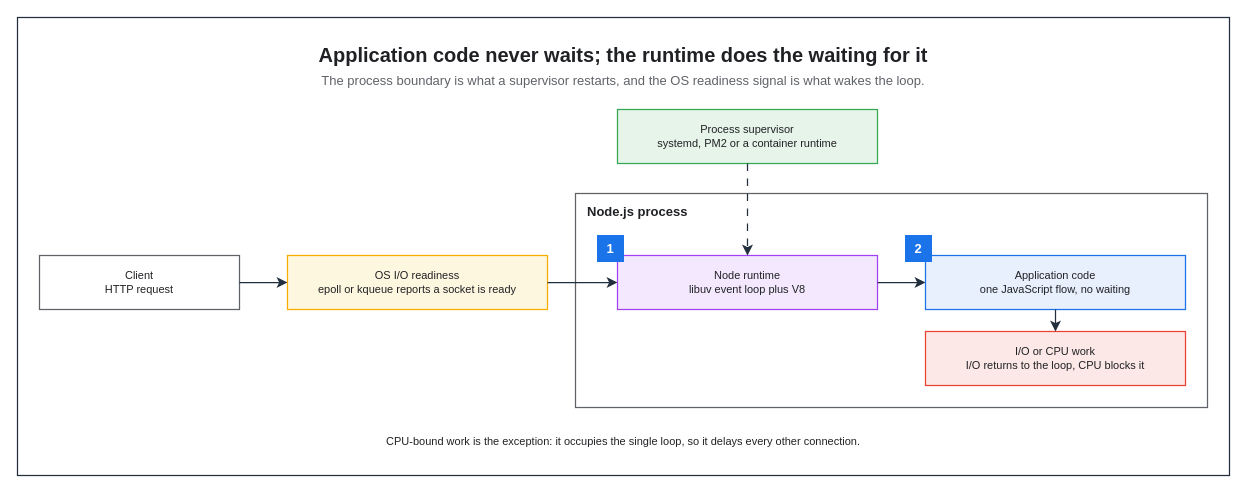
This is assets/img/nodejs/nodejs-server-runtime-overview.drawio from KKamJi98/kkamji98.github.io, a draw.io file, before an edit. Source tidied: cells renumbered, new cells numbered last; positions are measured from the earlier drawing's top-left corner, leaving out a move shared by most shapes. Both pictures are drawn from the tidied source at 100%, with x=0, y=0 at pixel (17, 17).
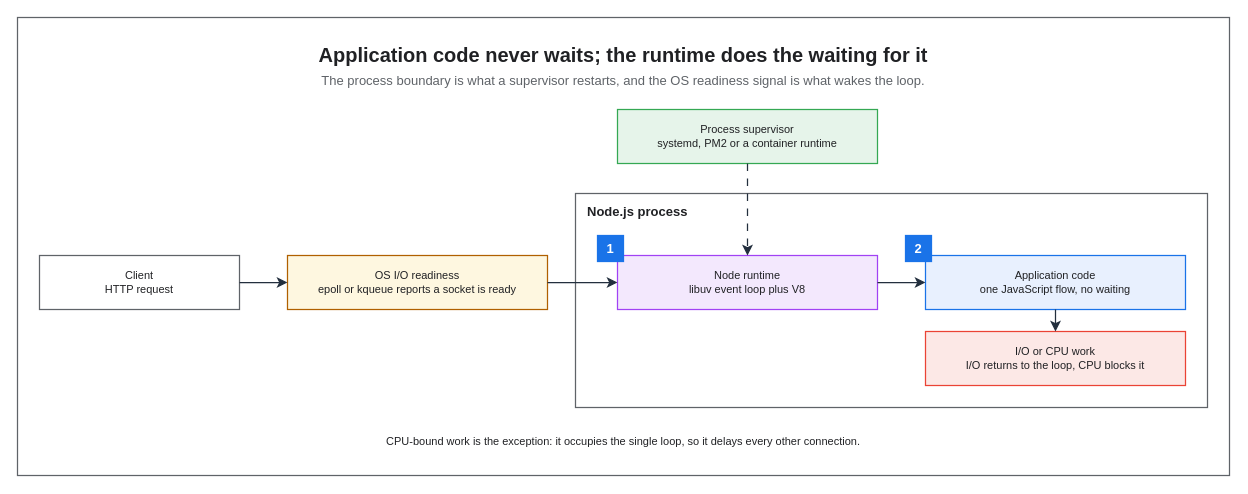
Above is the later version.

Diff of the diagram source:
```diff
@@
 <mxGraphModel background="#FFFFFF">
   <root>
     <mxCell id="0" />
     <mxCell id="1" parent="0" />
-    <mxCell id="2" style="rounded=0;html=0;fillColor=none;strokeColor=#232F3E;fontColor=#202124;strokeWidth=1.25;" parent="1" vertex="1">
+    <mxCell id="2" style="rounded=0;html=0;fillColor=none;strokeColor=#5F6368;fontColor=#202124;strokeWidth=1.25;" parent="1" vertex="1">
       <mxGeometry width="1212" height="458" as="geometry" />
     </mxCell>
     <mxCell id="3" value="Application code never waits; the runtime does the waiting for it" style="text;html=0;whiteSpace=wrap;fillColor=none;strokeColor=none;fontColor=#202124;fontSize=20;fontStyle=1;align=center;verticalAlign=middle;" parent="1" vertex="1">
       <mxGeometry x="22" y="22" width="1168" height="30" as="geometry" />
     </mxCell>
     <mxCell id="4" value="The process boundary is what a supervisor restarts, and the OS readiness signal is what wakes the loop." style="text;html=0;whiteSpace=wrap;fillColor=none;strokeColor=none;fontColor=#5F6368;fontSize=13;fontStyle=0;align=center;verticalAlign=middle;" parent="1" vertex="1">
       <mxGeometry x="22" y="52" width="1168" height="22" as="geometry" />
     </mxCell>
     <mxCell id="5" value="Node.js process" style="rounded=0;whiteSpace=wrap;html=0;fillColor=none;strokeColor=#5F6368;fontColor=#202124;fontSize=13;fontStyle=1;align=left;verticalAlign=top;spacingLeft=10;spacingTop=4;strokeWidth=1.25;dashed=0;" parent="1" vertex="1">
       <mxGeometry x="558" y="176" width="632" height="214" as="geometry" />
     </mxCell>
     <mxCell id="6" value="Client&#10;HTTP request" style="rounded=0;whiteSpace=wrap;html=0;fillColor=#FFFFFF;strokeColor=#5F6368;fontColor=#202124;fontSize=11;fontStyle=0;align=center;verticalAlign=middle;spacingLeft=6;spacingRight=6;strokeWidth=1.25;" parent="1" vertex="1">
       <mxGeometry x="22" y="238" width="200" height="54" as="geometry" />
     </mxCell>
-    <mxCell id="7" value="OS I/O readiness&#10;epoll or kqueue reports a socket is ready" style="rounded=0;whiteSpace=wrap;html=0;fillColor=#FEF7E0;strokeColor=#F9AB00;fontColor=#202124;fontSize=11;fontStyle=0;align=center;verticalAlign=middle;spacingLeft=6;spacingRight=6;strokeWidth=1.25;" parent="1" vertex="1">
+    <mxCell id="7" value="OS I/O readiness&#10;epoll or kqueue reports a socket is ready" style="rounded=0;whiteSpace=wrap;html=0;fillColor=#FEF7E0;strokeColor=#B06000;fontColor=#202124;fontSize=11;fontStyle=0;align=center;verticalAlign=middle;spacingLeft=6;spacingRight=6;strokeWidth=1.25;" parent="1" vertex="1">
       <mxGeometry x="270" y="238" width="260" height="54" as="geometry" />
     </mxCell>
     <mxCell id="8" value="Node runtime&#10;libuv event loop plus V8" style="rounded=0;whiteSpace=wrap;html=0;fillColor=#F3E8FD;strokeColor=#A142F4;fontColor=#202124;fontSize=11;fontStyle=0;align=center;verticalAlign=middle;spacingLeft=6;spacingRight=6;strokeWidth=1.25;" parent="1" vertex="1">
       <mxGeometry x="600" y="238" width="260" height="54" as="geometry" />
     </mxCell>
     <mxCell id="9" value="Application code&#10;one JavaScript flow, no waiting" style="rounded=0;whiteSpace=wrap;html=0;fillColor=#E8F0FE;strokeColor=#1A73E8;fontColor=#202124;fontSize=11;fontStyle=0;align=center;verticalAlign=middle;spacingLeft=6;spacingRight=6;strokeWidth=1.25;" parent="1" vertex="1">
       <mxGeometry x="908" y="238" width="260" height="54" as="geometry" />
     </mxCell>
     <mxCell id="10" value="I/O or CPU work&#10;I/O returns to the loop, CPU blocks it" style="rounded=0;whiteSpace=wrap;html=0;fillColor=#FCE8E6;strokeColor=#EA4335;fontColor=#202124;fontSize=11;fontStyle=0;align=center;verticalAlign=middle;spacingLeft=6;spacingRight=6;strokeWidth=1.25;" parent="1" vertex="1">
       <mxGeometry x="908" y="314" width="260" height="54" as="geometry" />
     </mxCell>
     <mxCell id="11" value="Process supervisor&#10;systemd, PM2 or a container runtime" style="rounded=0;whiteSpace=wrap;html=0;fillColor=#E6F4EA;strokeColor=#34A853;fontColor=#202124;fontSize=11;fontStyle=0;align=center;verticalAlign=middle;spacingLeft=6;spacingRight=6;strokeWidth=1.25;" parent="1" vertex="1">
       <mxGeometry x="600" y="92" width="260" height="54" as="geometry" />
     </mxCell>
     <mxCell id="12" value="CPU-bound work is the exception: it occupies the single loop, so it delays every other connection." style="text;html=0;whiteSpace=wrap;fillColor=none;strokeColor=none;fontColor=#202124;fontSize=11;fontStyle=0;align=center;verticalAlign=middle;" parent="1" vertex="1">
       <mxGeometry x="22" y="412" width="1168" height="24" as="geometry" />
     </mxCell>
-    <mxCell id="13" value="1" style="rounded=0;whiteSpace=wrap;html=0;fillColor=#1A73E8;strokeColor=#1A73E8;fontColor=#FFFFFF;fontSize=13;fontStyle=1;align=center;verticalAlign=middle;" parent="1" vertex="1">
+    <mxCell id="13" value="1" style="rounded=0;whiteSpace=wrap;html=0;fillColor=#1A73E8;strokeColor=#1A73E8;fontColor=#FFFFFF;fontSize=13;fontStyle=1;align=center;verticalAlign=middle;strokeWidth=1.25;" parent="1" vertex="1">
       <mxGeometry x="580" y="218" width="26" height="26" as="geometry" />
     </mxCell>
-    <mxCell id="14" value="2" style="rounded=0;whiteSpace=wrap;html=0;fillColor=#1A73E8;strokeColor=#1A73E8;fontColor=#FFFFFF;fontSize=13;fontStyle=1;align=center;verticalAlign=middle;" parent="1" vertex="1">
+    <mxCell id="14" value="2" style="rounded=0;whiteSpace=wrap;html=0;fillColor=#1A73E8;strokeColor=#1A73E8;fontColor=#FFFFFF;fontSize=13;fontStyle=1;align=center;verticalAlign=middle;strokeWidth=1.25;" parent="1" vertex="1">
       <mxGeometry x="888" y="218" width="26" height="26" as="geometry" />
     </mxCell>
     <mxCell id="15" style="edgeStyle=orthogonalEdgeStyle;rounded=0;html=0;strokeColor=#232F3E;strokeWidth=1.25;endArrow=classic;endFill=1;endSize=7;fontSize=11;fontColor=#202124;labelBackgroundColor=none;jettySize=14;exitX=1;exitY=0.5;entryX=0;entryY=0.5;exitDx=0;exitDy=0;entryDx=0;entryDy=0;" parent="1" edge="1" source="6" target="7">
       <mxGeometry relative="1" as="geometry" />
     </mxCell>
     <mxCell id="16" style="edgeStyle=orthogonalEdgeStyle;rounded=0;html=0;strokeColor=#232F3E;strokeWidth=1.25;endArrow=classic;endFill=1;endSize=7;fontSize=11;fontColor=#202124;labelBackgroundColor=none;jettySize=14;exitX=1;exitY=0.5;entryX=0;entryY=0.5;exitDx=0;exitDy=0;entryDx=0;entryDy=0;" parent="1" edge="1" source="7" target="8">
       <mxGeometry relative="1" as="geometry" />
     </mxCell>
     <mxCell id="17" style="edgeStyle=orthogonalEdgeStyle;rounded=0;html=0;strokeColor=#232F3E;strokeWidth=1.25;endArrow=classic;endFill=1;endSize=7;fontSize=11;fontColor=#202124;labelBackgroundColor=none;jettySize=14;exitX=1;exitY=0.5;entryX=0;entryY=0.5;exitDx=0;exitDy=0;entryDx=0;entryDy=0;" parent="1" edge="1" source="8" target="9">
       <mxGeometry relative="1" as="geometry" />
     </mxCell>
     <mxCell id="18" style="edgeStyle=orthogonalEdgeStyle;rounded=0;html=0;strokeColor=#232F3E;strokeWidth=1.25;endArrow=classic;endFill=1;endSize=7;fontSize=11;fontColor=#202124;labelBackgroundColor=none;jettySize=14;exitX=0.5;exitY=1;entryX=0.5;entryY=0;exitDx=0;exitDy=0;entryDx=0;entryDy=0;" parent="1" edge="1" source="9" target="10">
       <mxGeometry relative="1" as="geometry" />
     </mxCell>
     <mxCell id="19" style="edgeStyle=orthogonalEdgeStyle;rounded=0;html=0;strokeColor=#232F3E;strokeWidth=1.25;endArrow=classic;endFill=1;endSize=7;fontSize=11;fontColor=#202124;labelBackgroundColor=none;jettySize=14;dashed=1;dashPattern=6 6;exitX=0.5;exitY=1;entryX=0.5;entryY=0;exitDx=0;exitDy=0;entryDx=0;entryDy=0;" parent="1" edge="1" source="11" target="8">
       <mxGeometry relative="1" as="geometry" />
     </mxCell>
   </root>
 </mxGraphModel>
```
